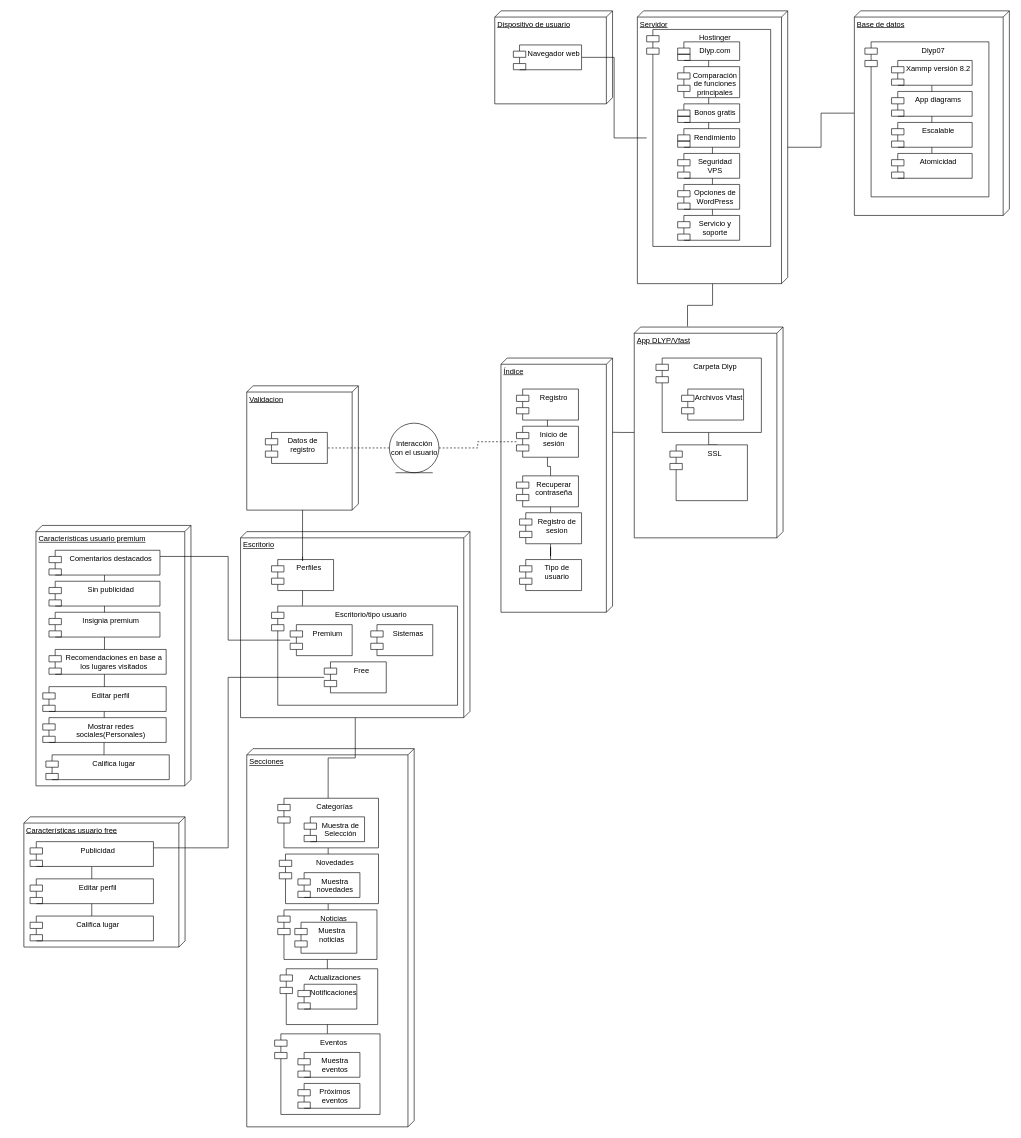
Above: diagrama de despliege.drawio in JlchavezG/DlypMaster (draw.io), before the change. Source tidied: cells renumbered, new cells numbered last; positions are measured from the earlier drawing's top-left corner, leaving out a move shared by most shapes. Both pictures are drawn from the tidied source at 62%, with x=0, y=0 at pixel (24, 11).
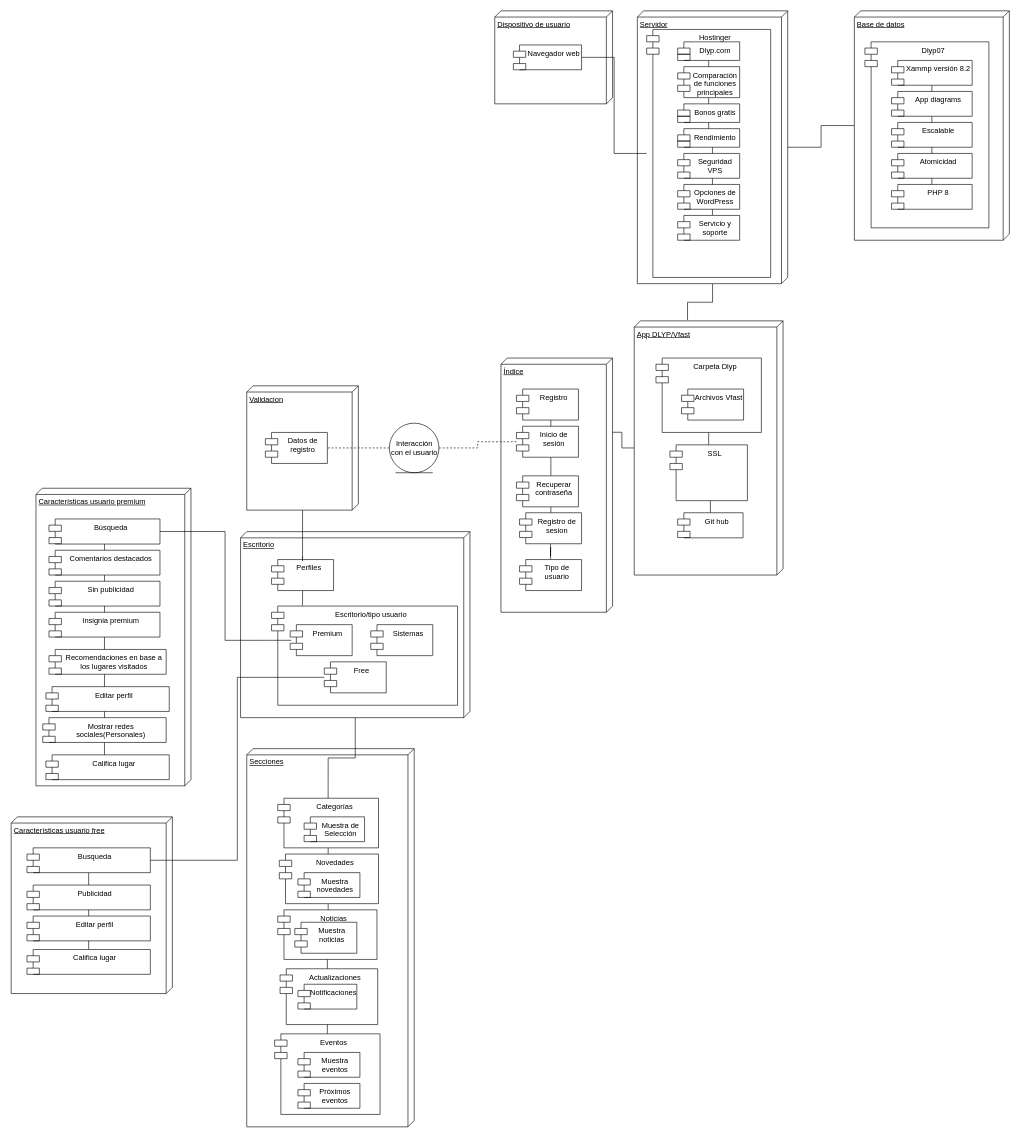
The same diagram, later.

Unchanged cells that the change refers to:
```xml
<mxCell id="19" value="Carpeta Dlyp" style="shape=module;align=left;spacingLeft=20;align=center;verticalAlign=top;whiteSpace=wrap;html=1;" parent="1" vertex="1">
  <mxGeometry x="1019.5" y="560" width="170" height="120" as="geometry" />
</mxCell>
<mxCell id="21" value="SSL" style="shape=module;align=left;spacingLeft=20;align=center;verticalAlign=top;whiteSpace=wrap;html=1;" parent="1" vertex="1">
  <mxGeometry x="1042" y="700" width="125" height="90" as="geometry" />
</mxCell>
<mxCell id="24" value="Registro" style="shape=module;align=left;spacingLeft=20;align=center;verticalAlign=top;whiteSpace=wrap;html=1;" parent="1" vertex="1">
  <mxGeometry x="794.5" y="610" width="100" height="50" as="geometry" />
</mxCell>
<mxCell id="41" value="Registro de sesion" style="shape=module;align=left;spacingLeft=20;align=center;verticalAlign=top;whiteSpace=wrap;html=1;" parent="1" vertex="1">
  <mxGeometry x="799.5" y="809.5" width="100" height="50" as="geometry" />
</mxCell>
<mxCell id="47" value="Free" style="shape=module;align=left;spacingLeft=20;align=center;verticalAlign=top;whiteSpace=wrap;html=1;" parent="1" vertex="1">
  <mxGeometry x="484.5" y="1050" width="100" height="50" as="geometry" />
</mxCell>
<mxCell id="49" value="Premium" style="shape=module;align=left;spacingLeft=20;align=center;verticalAlign=top;whiteSpace=wrap;html=1;" parent="1" vertex="1">
  <mxGeometry x="429.5" y="990" width="100" height="50" as="geometry" />
</mxCell>
<mxCell id="73" value="Califica lugar" style="shape=module;align=left;spacingLeft=20;align=center;verticalAlign=top;whiteSpace=wrap;html=1;" parent="1" vertex="1">
  <mxGeometry x="35.5" y="1200" width="199" height="40" as="geometry" />
</mxCell>
<mxCell id="77" value="Xammp versión 8.2" style="shape=module;align=left;spacingLeft=20;align=center;verticalAlign=top;whiteSpace=wrap;html=1;" parent="1" vertex="1">
  <mxGeometry x="1399.5" y="80" width="130" height="40" as="geometry" />
</mxCell>
<mxCell id="80" value="Atomicidad" style="shape=module;align=left;spacingLeft=20;align=center;verticalAlign=top;whiteSpace=wrap;html=1;" parent="1" vertex="1">
  <mxGeometry x="1399.5" y="230" width="130" height="40" as="geometry" />
</mxCell>
```

Change to the diagram source:
```diff
@@
+    <mxCell id="6" value="Escritorio&lt;br&gt;" style="verticalAlign=top;align=left;spacingTop=8;spacingLeft=2;spacingRight=12;shape=cube;size=10;direction=south;fontStyle=4;html=1;whiteSpace=wrap;" parent="1" vertex="1">
+      <mxGeometry x="349.5" y="840" width="370" height="300" as="geometry" />
+    </mxCell>
+    <mxCell id="45" value="Escritorio/tipo usuario" style="shape=module;align=left;spacingLeft=20;align=center;verticalAlign=top;whiteSpace=wrap;html=1;" parent="1" vertex="1">
+      <mxGeometry x="399.5" y="960" width="300" height="160" as="geometry" />
+    </mxCell>
     <mxCell id="2" value="Características usuario free" style="verticalAlign=top;align=left;spacingTop=8;spacingLeft=2;spacingRight=12;shape=cube;size=10;direction=south;fontStyle=4;html=1;whiteSpace=wrap;" parent="1" vertex="1">
-      <mxGeometry y="1300" width="260" height="210" as="geometry" />
+      <mxGeometry x="-20.5" y="1300" width="260" height="285" as="geometry" />
     </mxCell>
     <mxCell id="3" value="Características usuario premium" style="verticalAlign=top;align=left;spacingTop=8;spacingLeft=2;spacingRight=12;shape=cube;size=10;direction=south;fontStyle=4;html=1;whiteSpace=wrap;" parent="1" vertex="1">
-      <mxGeometry x="19.5" y="830" width="250" height="420" as="geometry" />
+      <mxGeometry x="19.5" y="770" width="250" height="480" as="geometry" />
     </mxCell>
@@
-    <mxCell id="6" value="Escritorio&lt;br&gt;" style="verticalAlign=top;align=left;spacingTop=8;spacingLeft=2;spacingRight=12;shape=cube;size=10;direction=south;fontStyle=4;html=1;whiteSpace=wrap;" parent="1" vertex="1">
-      <mxGeometry x="349.5" y="840" width="370" height="300" as="geometry" />
-    </mxCell>
@@
     <mxCell id="9" value="App DLYP/Vfast" style="verticalAlign=top;align=left;spacingTop=8;spacingLeft=2;spacingRight=12;shape=cube;size=10;direction=south;fontStyle=4;html=1;whiteSpace=wrap;" parent="1" vertex="1">
-      <mxGeometry x="984.5" y="510" width="240" height="340" as="geometry" />
+      <mxGeometry x="984.5" y="500" width="240" height="410" as="geometry" />
     </mxCell>
@@
     <mxCell id="15" value="Hostinger&lt;br&gt;" style="shape=module;align=left;spacingLeft=20;align=center;verticalAlign=top;whiteSpace=wrap;html=1;" parent="1" vertex="1">
-      <mxGeometry x="1004.5" y="30" width="200" height="350" as="geometry" />
+      <mxGeometry x="1004.5" y="30" width="200" height="400" as="geometry" />
     </mxCell>
@@
     <mxCell id="17" value="Base de datos" style="verticalAlign=top;align=left;spacingTop=8;spacingLeft=2;spacingRight=12;shape=cube;size=10;direction=south;fontStyle=4;html=1;whiteSpace=wrap;" parent="1" vertex="1">
-      <mxGeometry x="1339.5" width="250" height="330" as="geometry" />
+      <mxGeometry x="1339.5" width="250" height="370" as="geometry" />
     </mxCell>
-    <mxCell id="18" style="edgeStyle=orthogonalEdgeStyle;rounded=0;jettySize=auto;html=1;entryX=0.614;entryY=0;entryDx=0;entryDy=0;entryPerimeter=0;endArrow=none;endFill=0;" parent="1" edge="1" source="19" target="21">
-      <mxGeometry relative="1" as="geometry" />
-    </mxCell>
+    <mxCell id="81" style="edgeStyle=orthogonalEdgeStyle;rounded=0;jettySize=auto;html=1;entryX=0.5;entryY=0;entryDx=0;entryDy=0;endArrow=none;endFill=0;" parent="1" edge="1" source="19" target="89">
+      <mxGeometry relative="1" as="geometry" />
+    </mxCell>
@@
+    <mxCell id="82" style="edgeStyle=orthogonalEdgeStyle;rounded=0;jettySize=auto;html=1;entryX=1;entryY=0.5;entryDx=0;entryDy=0;endArrow=none;endFill=0;exitX=0.018;exitY=0.505;exitDx=0;exitDy=0;exitPerimeter=0;" parent="1" edge="1" source="49" target="87">
+      <mxGeometry relative="1" as="geometry" />
+    </mxCell>
@@
     <mxCell id="40" style="edgeStyle=orthogonalEdgeStyle;rounded=0;jettySize=auto;html=1;endArrow=none;endFill=0;" parent="1" edge="1" source="24" target="41">
-      <mxGeometry relative="1" as="geometry" />
+      <mxGeometry relative="1" as="geometry">
+        <Array as="points">
+          <mxPoint x="850" y="730" />
+          <mxPoint x="850" y="730" />
+        </Array>
+      </mxGeometry>
     </mxCell>
@@
-    <mxCell id="45" value="Escritorio/tipo usuario" style="shape=module;align=left;spacingLeft=20;align=center;verticalAlign=top;whiteSpace=wrap;html=1;" parent="1" vertex="1">
-      <mxGeometry x="399.5" y="960" width="300" height="160" as="geometry" />
-    </mxCell>
-    <mxCell id="46" style="edgeStyle=orthogonalEdgeStyle;rounded=0;jettySize=auto;html=1;entryX=1;entryY=0.25;entryDx=0;entryDy=0;endArrow=none;endFill=0;" parent="1" edge="1" source="47" target="69">
-      <mxGeometry relative="1" as="geometry">
-        <Array as="points">
-          <mxPoint x="329.5" y="1075" />
-          <mxPoint x="329.5" y="1350" />
-        </Array>
-      </mxGeometry>
-    </mxCell>
+    <mxCell id="83" style="edgeStyle=orthogonalEdgeStyle;rounded=0;jettySize=auto;html=1;entryX=1;entryY=0.5;entryDx=0;entryDy=0;endArrow=none;endFill=0;" parent="1" edge="1" source="47" target="85">
+      <mxGeometry relative="1" as="geometry" />
+    </mxCell>
@@
-    <mxCell id="48" style="edgeStyle=orthogonalEdgeStyle;rounded=0;jettySize=auto;html=1;entryX=1;entryY=0.25;entryDx=0;entryDy=0;endArrow=none;endFill=0;" parent="1" edge="1" source="49" target="64">
-      <mxGeometry relative="1" as="geometry">
-        <Array as="points">
-          <mxPoint x="329.5" y="1015" />
-          <mxPoint x="329.5" y="880" />
-        </Array>
-      </mxGeometry>
-    </mxCell>
@@
-    <mxCell id="63" style="edgeStyle=orthogonalEdgeStyle;rounded=0;jettySize=auto;html=1;entryX=0.471;entryY=0.047;entryDx=0;entryDy=0;entryPerimeter=0;endArrow=none;endFill=0;" parent="1" edge="1" source="64" target="73">
-      <mxGeometry relative="1" as="geometry" />
-    </mxCell>
-    <mxCell id="64" value="Comentarios destacados" style="shape=module;align=left;spacingLeft=20;align=center;verticalAlign=top;whiteSpace=wrap;html=1;" parent="1" vertex="1">
-      <mxGeometry x="40.5" y="870" width="179" height="40" as="geometry" />
-    </mxCell>
-    <mxCell id="65" value="Sin publicidad" style="shape=module;align=left;spacingLeft=20;align=center;verticalAlign=top;whiteSpace=wrap;html=1;" parent="1" vertex="1">
-      <mxGeometry x="40.5" y="920" width="179" height="40" as="geometry" />
-    </mxCell>
-    <mxCell id="66" value="Insignia premium" style="shape=module;align=left;spacingLeft=20;align=center;verticalAlign=top;whiteSpace=wrap;html=1;" parent="1" vertex="1">
-      <mxGeometry x="40.5" y="970" width="179" height="40" as="geometry" />
-    </mxCell>
-    <mxCell id="67" value="Recomendaciones en base a los lugares visitados" style="shape=module;align=left;spacingLeft=20;align=center;verticalAlign=top;whiteSpace=wrap;html=1;" parent="1" vertex="1">
-      <mxGeometry x="40.5" y="1030" width="189" height="40" as="geometry" />
-    </mxCell>
-    <mxCell id="68" style="edgeStyle=orthogonalEdgeStyle;rounded=0;jettySize=auto;html=1;entryX=0.5;entryY=0;entryDx=0;entryDy=0;endArrow=none;endFill=0;" parent="1" edge="1" source="69" target="74">
-      <mxGeometry relative="1" as="geometry" />
-    </mxCell>
-    <mxCell id="69" value="Publicidad" style="shape=module;align=left;spacingLeft=20;align=center;verticalAlign=top;whiteSpace=wrap;html=1;" parent="1" vertex="1">
-      <mxGeometry x="10" y="1340" width="199" height="40" as="geometry" />
-    </mxCell>
-    <mxCell id="70" value="Editar perfil" style="shape=module;align=left;spacingLeft=20;align=center;verticalAlign=top;whiteSpace=wrap;html=1;" parent="1" vertex="1">
-      <mxGeometry x="10" y="1400" width="199" height="40" as="geometry" />
-    </mxCell>
-    <mxCell id="71" value="Editar perfil" style="shape=module;align=left;spacingLeft=20;align=center;verticalAlign=top;whiteSpace=wrap;html=1;" parent="1" vertex="1">
-      <mxGeometry x="30.5" y="1090" width="199" height="40" as="geometry" />
-    </mxCell>
-    <mxCell id="72" value="Mostrar redes sociales(Personales)" style="shape=module;align=left;spacingLeft=20;align=center;verticalAlign=top;whiteSpace=wrap;html=1;" parent="1" vertex="1">
-      <mxGeometry x="30.5" y="1140" width="199" height="40" as="geometry" />
-    </mxCell>
@@
-    <mxCell id="74" value="Califica lugar" style="shape=module;align=left;spacingLeft=20;align=center;verticalAlign=top;whiteSpace=wrap;html=1;" parent="1" vertex="1">
-      <mxGeometry x="10" y="1460" width="199" height="40" as="geometry" />
-    </mxCell>
     <mxCell id="75" value="Dlyp07" style="shape=module;align=left;spacingLeft=20;align=center;verticalAlign=top;whiteSpace=wrap;html=1;" parent="1" vertex="1">
-      <mxGeometry x="1356.5" y="50" width="200" height="250" as="geometry" />
+      <mxGeometry x="1356.5" y="50" width="200" height="300" as="geometry" />
     </mxCell>
-    <mxCell id="76" style="edgeStyle=orthogonalEdgeStyle;rounded=0;jettySize=auto;html=1;endArrow=none;endFill=0;" parent="1" edge="1" source="77" target="80">
+    <mxCell id="76" style="edgeStyle=orthogonalEdgeStyle;rounded=0;jettySize=auto;html=1;endArrow=none;endFill=0;entryX=0.5;entryY=0;entryDx=0;entryDy=0;" parent="1" edge="1" source="77" target="88">
       <mxGeometry relative="1" as="geometry" />
     </mxCell>
@@
+    <mxCell id="84" style="edgeStyle=orthogonalEdgeStyle;rounded=0;jettySize=auto;html=1;endArrow=none;endFill=0;" parent="1" edge="1" source="85" target="74">
+      <mxGeometry relative="1" as="geometry" />
+    </mxCell>
+    <mxCell id="85" value="Busqueda" style="shape=module;align=left;spacingLeft=20;align=center;verticalAlign=top;whiteSpace=wrap;html=1;" parent="1" vertex="1">
+      <mxGeometry x="5" y="1350" width="199" height="40" as="geometry" />
+    </mxCell>
+    <mxCell id="69" value="Publicidad" style="shape=module;align=left;spacingLeft=20;align=center;verticalAlign=top;whiteSpace=wrap;html=1;" parent="1" vertex="1">
+      <mxGeometry x="5" y="1410" width="199" height="40" as="geometry" />
+    </mxCell>
+    <mxCell id="70" value="Editar perfil" style="shape=module;align=left;spacingLeft=20;align=center;verticalAlign=top;whiteSpace=wrap;html=1;" parent="1" vertex="1">
+      <mxGeometry x="5" y="1460" width="199" height="40" as="geometry" />
+    </mxCell>
+    <mxCell id="74" value="Califica lugar" style="shape=module;align=left;spacingLeft=20;align=center;verticalAlign=top;whiteSpace=wrap;html=1;" parent="1" vertex="1">
+      <mxGeometry x="5" y="1514" width="199" height="40" as="geometry" />
+    </mxCell>
+    <mxCell id="86" style="edgeStyle=orthogonalEdgeStyle;rounded=0;jettySize=auto;html=1;endArrow=none;endFill=0;" parent="1" edge="1" source="87">
+      <mxGeometry relative="1" as="geometry">
+        <mxPoint x="130" y="1200" as="targetPoint" />
+      </mxGeometry>
+    </mxCell>
+    <mxCell id="87" value="Búsqueda" style="shape=module;align=left;spacingLeft=20;align=center;verticalAlign=top;whiteSpace=wrap;html=1;" parent="1" vertex="1">
+      <mxGeometry x="40.5" y="819.5" width="179" height="40.5" as="geometry" />
+    </mxCell>
+    <mxCell id="64" value="Comentarios destacados" style="shape=module;align=left;spacingLeft=20;align=center;verticalAlign=top;whiteSpace=wrap;html=1;" parent="1" vertex="1">
+      <mxGeometry x="40.5" y="870" width="179" height="40" as="geometry" />
+    </mxCell>
+    <mxCell id="65" value="Sin publicidad" style="shape=module;align=left;spacingLeft=20;align=center;verticalAlign=top;whiteSpace=wrap;html=1;" parent="1" vertex="1">
+      <mxGeometry x="40.5" y="920" width="179" height="40" as="geometry" />
+    </mxCell>
+    <mxCell id="66" value="Insignia premium" style="shape=module;align=left;spacingLeft=20;align=center;verticalAlign=top;whiteSpace=wrap;html=1;" parent="1" vertex="1">
+      <mxGeometry x="40.5" y="970" width="179" height="40" as="geometry" />
+    </mxCell>
+    <mxCell id="67" value="Recomendaciones en base a los lugares visitados" style="shape=module;align=left;spacingLeft=20;align=center;verticalAlign=top;whiteSpace=wrap;html=1;" parent="1" vertex="1">
+      <mxGeometry x="40.5" y="1030" width="189" height="40" as="geometry" />
+    </mxCell>
+    <mxCell id="71" value="Editar perfil" style="shape=module;align=left;spacingLeft=20;align=center;verticalAlign=top;whiteSpace=wrap;html=1;" parent="1" vertex="1">
+      <mxGeometry x="35.5" y="1090" width="199" height="40" as="geometry" />
+    </mxCell>
+    <mxCell id="72" value="Mostrar redes sociales(Personales)" style="shape=module;align=left;spacingLeft=20;align=center;verticalAlign=top;whiteSpace=wrap;html=1;" parent="1" vertex="1">
+      <mxGeometry x="30.5" y="1140" width="199" height="40" as="geometry" />
+    </mxCell>
+    <mxCell id="88" value="PHP 8" style="shape=module;align=left;spacingLeft=20;align=center;verticalAlign=top;whiteSpace=wrap;html=1;" parent="1" vertex="1">
+      <mxGeometry x="1399.5" y="280" width="130" height="40" as="geometry" />
+    </mxCell>
+    <mxCell id="89" value="Git hub&lt;br&gt;" style="shape=module;align=left;spacingLeft=20;align=center;verticalAlign=top;whiteSpace=wrap;html=1;" parent="1" vertex="1">
+      <mxGeometry x="1054.5" y="809.5" width="105.5" height="40.5" as="geometry" />
+    </mxCell>
```
